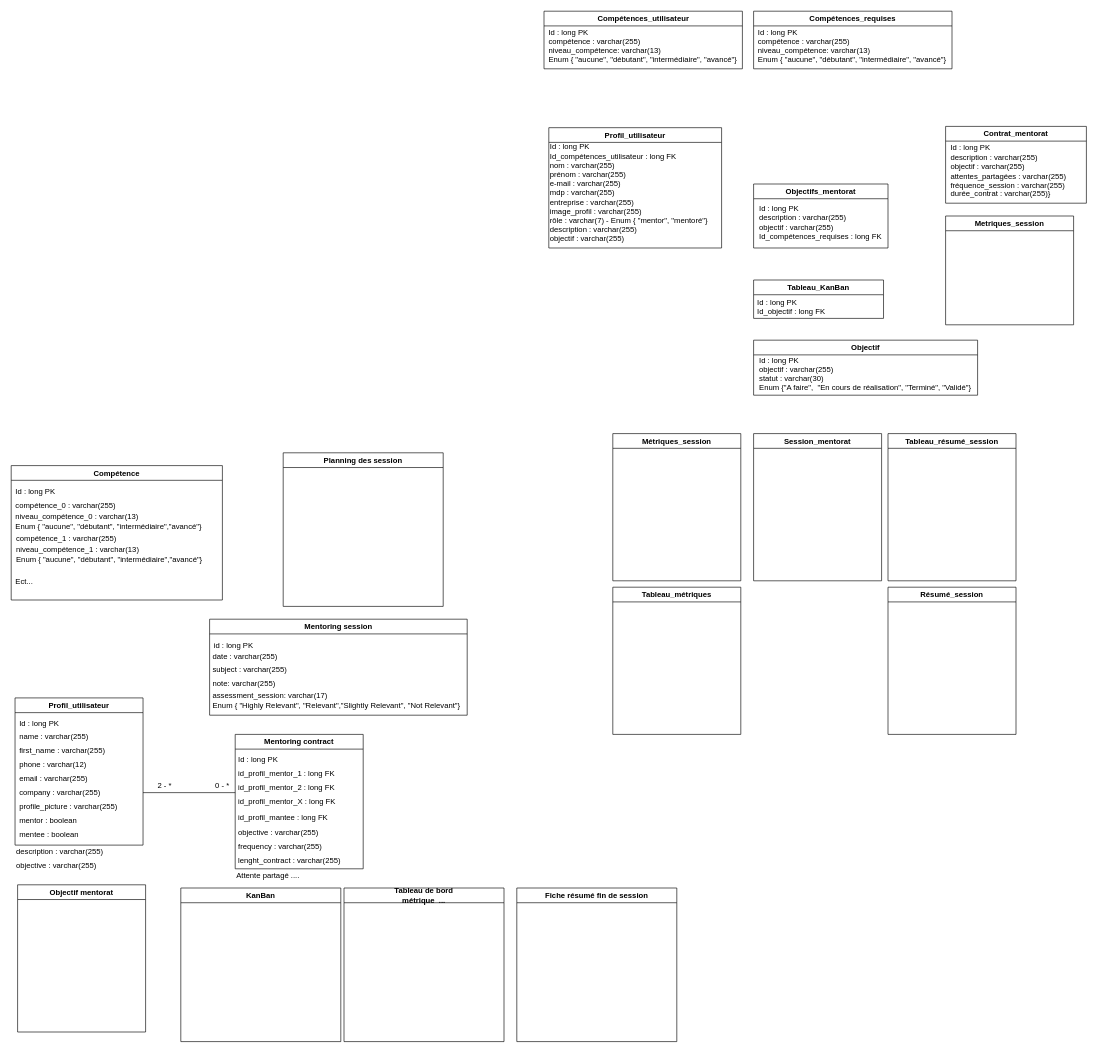
Earlier version of the draw.io diagram Modèle de domaine/Untitled Diagram.drawio (qbeAccountPro/beraud-quentin-projet-3). Source tidied: cells renumbered, new cells numbered last; positions are measured from the earlier drawing's top-left corner, leaving out a move shared by most shapes. Both pictures are drawn from the tidied source at 64%, with x=0, y=0 at pixel (11, 11).
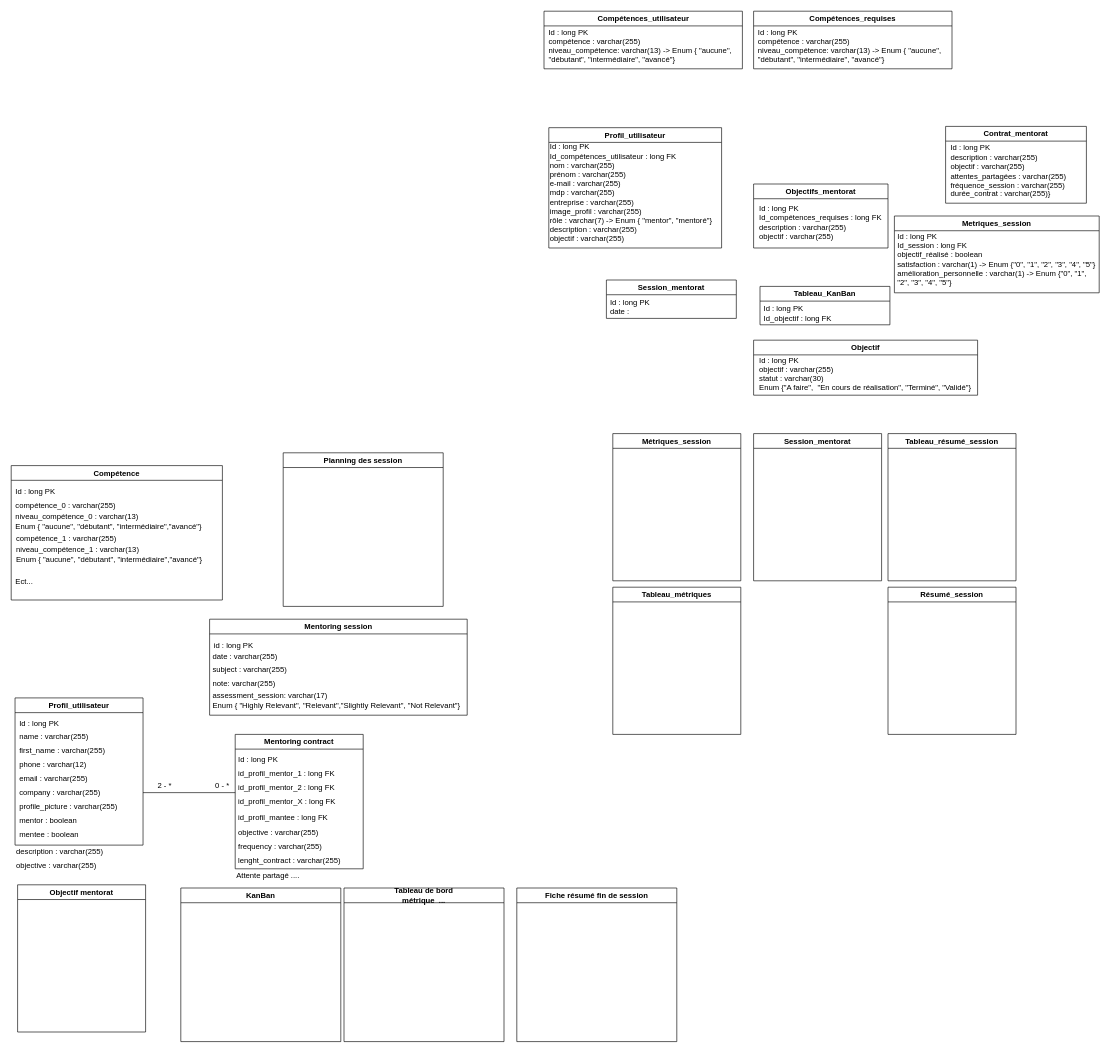
Above is the later version.

The change refers to these unchanged cells:
```xml
<mxCell id="45" value="Profil_utilisateur" style="swimlane;whiteSpace=wrap;html=1;" parent="1" vertex="1">
  <mxGeometry x="840" y="182" width="270" height="188" as="geometry" />
</mxCell>
<mxCell id="47" value="Objectifs_mentorat" style="swimlane;whiteSpace=wrap;html=1;" parent="1" vertex="1">
  <mxGeometry x="1160" y="270" width="210" height="100" as="geometry" />
</mxCell>
<mxCell id="59" value="Compétences_requises" style="swimlane;whiteSpace=wrap;html=1;" parent="1" vertex="1">
  <mxGeometry x="1160" width="310" height="90" as="geometry" />
</mxCell>
<mxCell id="61" value="Compétences_utilisateur" style="swimlane;whiteSpace=wrap;html=1;" parent="1" vertex="1">
  <mxGeometry x="832.5" width="310" height="90" as="geometry" />
</mxCell>
```

The edit, as a diff of the source:
```diff
@@
-    <mxCell id="46" value="Id : long PK&lt;br&gt;Id_compétences_utilisateur : long FK&lt;br&gt;nom : varchar(255)&lt;br&gt;prénom : varchar(255)&lt;br&gt;e-mail : varchar(255)&lt;br&gt;mdp : varchar(255)&lt;br&gt;entreprise : varchar(255)&lt;br&gt;image_profil : varchar(255)&lt;br&gt;rôle : varchar(7) - Enum { &quot;mentor&quot;, &quot;mentoré&quot;}&lt;br&gt;description : varchar(255)&lt;br&gt;objectif : varchar(255)&lt;br&gt;" style="text;html=1;strokeColor=none;fillColor=none;align=left;verticalAlign=middle;whiteSpace=wrap;rounded=1;fontStyle=0;" parent="45" vertex="1">
-      <mxGeometry y="24" width="254" height="155" as="geometry" />
+    <mxCell id="46" value="Id : long PK&lt;br&gt;Id_compétences_utilisateur : long FK&lt;br&gt;nom : varchar(255)&lt;br&gt;prénom : varchar(255)&lt;br&gt;e-mail : varchar(255)&lt;br&gt;mdp : varchar(255)&lt;br&gt;entreprise : varchar(255)&lt;br&gt;image_profil : varchar(255)&lt;br&gt;rôle : varchar(7) -&amp;gt; Enum { &quot;mentor&quot;, &quot;mentoré&quot;}&lt;br&gt;description : varchar(255)&lt;br&gt;objectif : varchar(255)" style="text;html=1;strokeColor=none;fillColor=none;align=left;verticalAlign=middle;whiteSpace=wrap;rounded=1;fontStyle=0;" parent="45" vertex="1">
+      <mxGeometry y="24" width="260" height="155" as="geometry" />
     </mxCell>
@@
-    <mxCell id="48" value="Id : long PK&lt;br&gt;description : varchar(255)&lt;br&gt;objectif : varchar(255)&lt;br&gt;Id_compétences_requises : long FK" style="text;html=1;strokeColor=none;fillColor=none;align=left;verticalAlign=middle;whiteSpace=wrap;rounded=1;fontStyle=0;" parent="47" vertex="1">
+    <mxCell id="48" value="Id : long PK&lt;br&gt;Id_compétences_requises : long FK&lt;br&gt;description : varchar(255)&lt;br&gt;objectif : varchar(255)" style="text;html=1;strokeColor=none;fillColor=none;align=left;verticalAlign=middle;whiteSpace=wrap;rounded=1;fontStyle=0;" parent="47" vertex="1">
       <mxGeometry x="7" y="25" width="203" height="70" as="geometry" />
     </mxCell>
@@
-    <mxCell id="51" value="Tableau_KanBan" style="swimlane;whiteSpace=wrap;html=1;" parent="1" vertex="1">
-      <mxGeometry x="1160" y="420" width="203" height="60" as="geometry" />
+    <mxCell id="51" value="Session_mentorat" style="swimlane;whiteSpace=wrap;html=1;startSize=23;" parent="1" vertex="1">
+      <mxGeometry x="930" y="420" width="203" height="60" as="geometry" />
     </mxCell>
-    <mxCell id="52" value="Id : long PK&lt;br&gt;Id_objectif : long FK" style="text;html=1;strokeColor=none;fillColor=none;align=left;verticalAlign=middle;whiteSpace=wrap;rounded=1;fontStyle=0;" parent="51" vertex="1">
+    <mxCell id="52" value="Id : long PK&lt;br&gt;date :&amp;nbsp;" style="text;html=1;strokeColor=none;fillColor=none;align=left;verticalAlign=middle;whiteSpace=wrap;rounded=1;fontStyle=0;" parent="51" vertex="1">
       <mxGeometry x="3.5" y="27" width="203" height="30" as="geometry" />
     </mxCell>
     <mxCell id="53" value="Metriques_session" style="swimlane;whiteSpace=wrap;html=1;" parent="1" vertex="1">
-      <mxGeometry x="1460" y="320" width="200" height="170" as="geometry" />
+      <mxGeometry x="1380" y="320" width="320" height="120" as="geometry" />
     </mxCell>
@@
-    <mxCell id="60" value="Id : long PK&lt;br&gt;compétence : varchar(255)&lt;br&gt;niveau_compétence: varchar(13)&lt;br&gt;Enum { &quot;aucune&quot;, &quot;débutant&quot;, &quot;intermédiaire&quot;, &quot;avancé&quot;}" style="text;html=1;strokeColor=none;fillColor=none;align=left;verticalAlign=middle;whiteSpace=wrap;rounded=1;fontStyle=0;" parent="59" vertex="1">
+    <mxCell id="60" value="Id : long PK&lt;br&gt;compétence : varchar(255)&lt;br&gt;niveau_compétence: varchar(13) -&amp;gt; Enum { &quot;aucune&quot;, &quot;débutant&quot;, &quot;intermédiaire&quot;, &quot;avancé&quot;}" style="text;html=1;strokeColor=none;fillColor=none;align=left;verticalAlign=middle;whiteSpace=wrap;rounded=1;fontStyle=0;" parent="59" vertex="1">
       <mxGeometry x="5" y="24" width="330" height="60" as="geometry" />
     </mxCell>
@@
-    <mxCell id="62" value="Id : long PK&lt;br&gt;compétence : varchar(255)&lt;br&gt;niveau_compétence: varchar(13)&lt;br&gt;Enum { &quot;aucune&quot;, &quot;débutant&quot;, &quot;intermédiaire&quot;, &quot;avancé&quot;}" style="text;html=1;strokeColor=none;fillColor=none;align=left;verticalAlign=middle;whiteSpace=wrap;rounded=1;fontStyle=0;" parent="61" vertex="1">
+    <mxCell id="62" value="Id : long PK&lt;br&gt;compétence : varchar(255)&lt;br&gt;niveau_compétence: varchar(13) -&amp;gt; Enum { &quot;aucune&quot;, &quot;débutant&quot;, &quot;intermédiaire&quot;, &quot;avancé&quot;}" style="text;html=1;strokeColor=none;fillColor=none;align=left;verticalAlign=middle;whiteSpace=wrap;rounded=1;fontStyle=0;" parent="61" vertex="1">
       <mxGeometry x="5" y="24" width="330" height="60" as="geometry" />
     </mxCell>
@@
+    <mxCell id="65" value="Id : long PK&lt;br&gt;Id_session : long FK&lt;br&gt;objectif_réalisé : boolean&amp;nbsp;&lt;br&gt;satisfaction : varchar(1) -&amp;gt; Enum {&quot;0&quot;, &quot;1&quot;, &quot;2&quot;, &quot;3&quot;, &quot;4&quot;, &quot;5&quot;}&lt;br&gt;amélioration_personnelle : varchar(1)&amp;nbsp;-&amp;gt; Enum {&quot;0&quot;, &quot;1&quot;, &quot;2&quot;, &quot;3&quot;, &quot;4&quot;, &quot;5&quot;}" style="text;html=1;strokeColor=none;fillColor=none;align=left;verticalAlign=middle;whiteSpace=wrap;rounded=1;fontStyle=0;" parent="1" vertex="1">
+      <mxGeometry x="1383" y="343" width="313" height="90" as="geometry" />
+    </mxCell>
+    <mxCell id="66" value="Tableau_KanBan" style="swimlane;whiteSpace=wrap;html=1;" parent="1" vertex="1">
+      <mxGeometry x="1170" y="430" width="203" height="60" as="geometry" />
+    </mxCell>
+    <mxCell id="67" value="Id : long PK&lt;br&gt;Id_objectif : long FK" style="text;html=1;strokeColor=none;fillColor=none;align=left;verticalAlign=middle;whiteSpace=wrap;rounded=1;fontStyle=0;" parent="66" vertex="1">
+      <mxGeometry x="3.5" y="27" width="203" height="30" as="geometry" />
+    </mxCell>
```
